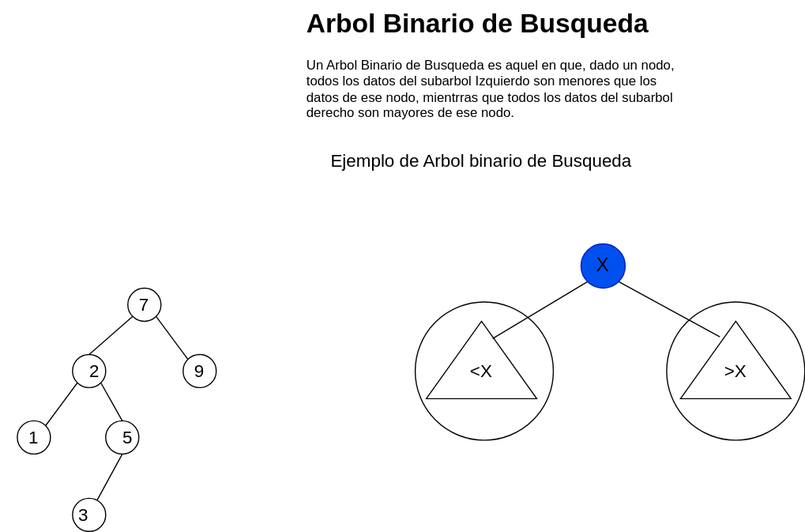
The draw.io diagram Estructura-de-datos/Arboles/Arbol-binario-busqueda.drawio.svg in Nordcode-cyber/Algoritmos-Estructdatos, before a commit. Source tidied: cells renumbered, new cells last; positions are measured from the earlier drawing's top-left corner, leaving out a move shared by most shapes.
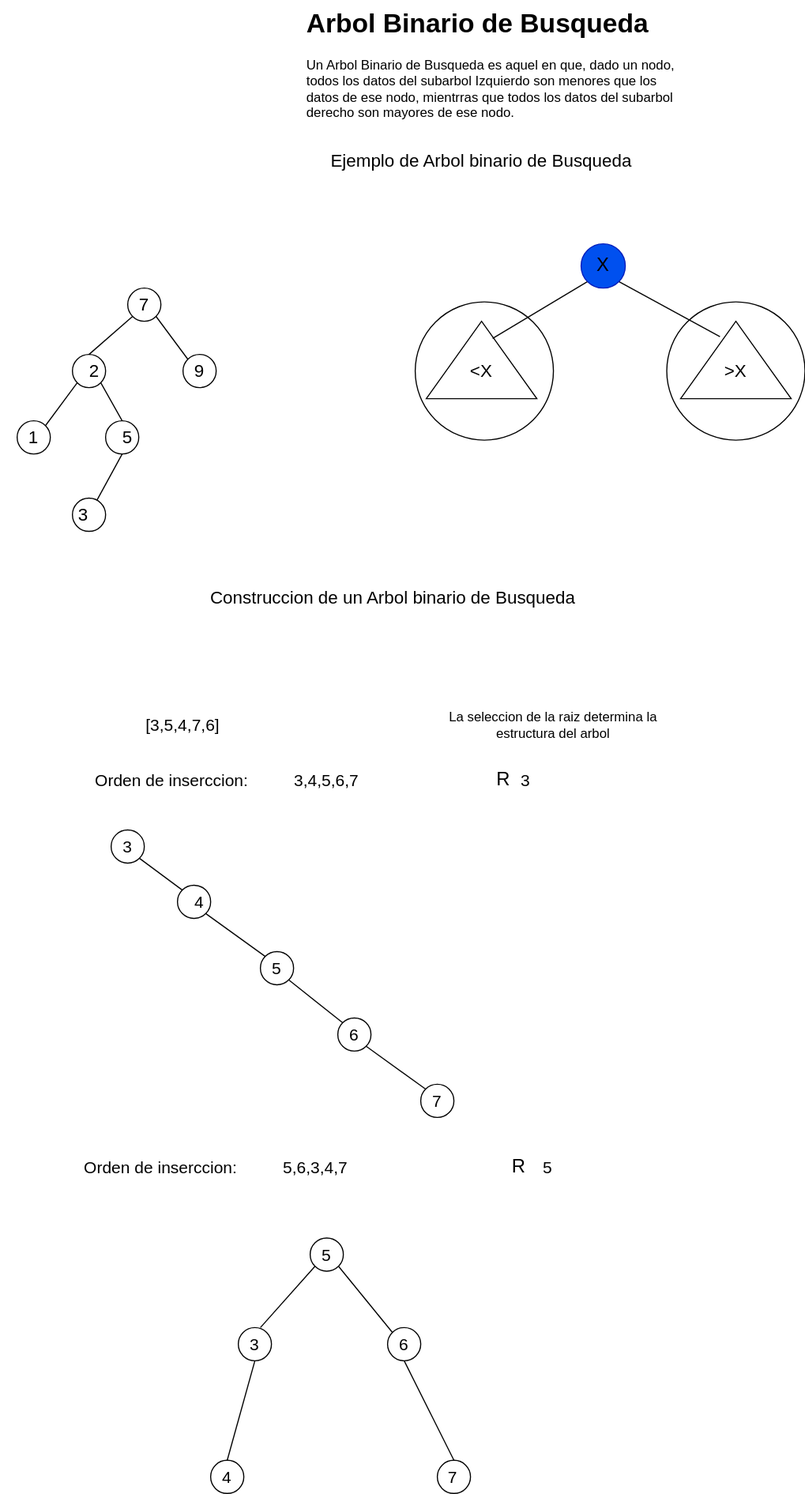
The same file after the commit.

What changed in the source:
```diff
@@ -89,5 +89,124 @@
     <mxCell id="30" value="&lt;font style=&quot;font-size: 16px; color: light-dark(rgb(0, 0, 0), rgb(255, 0, 0));&quot;&gt;3&lt;/font&gt;" style="text;html=1;align=center;verticalAlign=middle;whiteSpace=wrap;rounded=0;" parent="1" vertex="1">
       <mxGeometry x="45" y="450" width="60" height="30" as="geometry" />
     </mxCell>
+    <mxCell id="31" value="&lt;font style=&quot;color: light-dark(rgb(0, 0, 0), rgb(255, 0, 0)); font-size: 16px;&quot;&gt;Construccion de un Arbol binario de Busqueda&lt;/font&gt;" style="text;html=1;align=center;verticalAlign=middle;whiteSpace=wrap;rounded=0;" parent="1" vertex="1">
+      <mxGeometry x="175" y="520" width="360" height="40" as="geometry" />
+    </mxCell>
+    <mxCell id="32" value="&lt;font style=&quot;font-size: 15px; color: light-dark(rgb(0, 0, 0), rgb(0, 255, 128));&quot;&gt;[3,5,4,7,6]&lt;/font&gt;" style="text;html=1;align=center;verticalAlign=middle;whiteSpace=wrap;rounded=0;" parent="1" vertex="1">
+      <mxGeometry x="135" y="640" width="60" height="30" as="geometry" />
+    </mxCell>
+    <mxCell id="33" value="&lt;font style=&quot;color: light-dark(rgb(0, 0, 0), rgb(0, 255, 128));&quot;&gt;La seleccion de la raiz determina la estructura del arbol&lt;/font&gt;" style="text;html=1;align=center;verticalAlign=middle;whiteSpace=wrap;rounded=0;" parent="1" vertex="1">
+      <mxGeometry x="395" y="620" width="210" height="70" as="geometry" />
+    </mxCell>
+    <mxCell id="34" value="&lt;font style=&quot;color: light-dark(rgb(0, 0, 0), rgb(0, 255, 128)); font-size: 15px;&quot;&gt;Orden de inserccion:&lt;/font&gt;" style="text;html=1;align=center;verticalAlign=middle;whiteSpace=wrap;rounded=0;" parent="1" vertex="1">
+      <mxGeometry x="65" y="690" width="180" height="30" as="geometry" />
+    </mxCell>
+    <mxCell id="35" value="&lt;font style=&quot;font-size: 15px; color: light-dark(rgb(0, 0, 0), rgb(0, 255, 128));&quot;&gt;3,4,5,6,7&lt;/font&gt;" style="text;html=1;align=center;verticalAlign=middle;whiteSpace=wrap;rounded=0;" parent="1" vertex="1">
+      <mxGeometry x="265" y="690" width="60" height="30" as="geometry" />
+    </mxCell>
+    <mxCell id="36" value="&lt;font style=&quot;color: light-dark(rgb(0, 0, 0), rgb(255, 0, 0)); font-size: 17px;&quot;&gt;R&lt;/font&gt;" style="text;html=1;align=center;verticalAlign=middle;whiteSpace=wrap;rounded=0;" parent="1" vertex="1">
+      <mxGeometry x="425" y="690" width="60" height="30" as="geometry" />
+    </mxCell>
+    <mxCell id="37" value="&lt;font style=&quot;font-size: 15px; color: light-dark(rgb(0, 0, 0), rgb(0, 255, 128));&quot;&gt;3&lt;/font&gt;" style="text;html=1;align=center;verticalAlign=middle;whiteSpace=wrap;rounded=0;" parent="1" vertex="1">
+      <mxGeometry x="445" y="690" width="60" height="30" as="geometry" />
+    </mxCell>
+    <mxCell id="38" style="ellipse;whiteSpace=wrap;html=1;fillColor=none;" parent="1" vertex="1">
+      <mxGeometry x="100" y="750" width="30" height="30" as="geometry" />
+    </mxCell>
+    <mxCell id="39" style="ellipse;whiteSpace=wrap;html=1;fillColor=none;" parent="1" vertex="1">
+      <mxGeometry x="160" y="800" width="30" height="30" as="geometry" />
+    </mxCell>
+    <mxCell id="40" style="ellipse;whiteSpace=wrap;html=1;fillColor=none;" parent="1" vertex="1">
+      <mxGeometry x="235" y="860" width="30" height="30" as="geometry" />
+    </mxCell>
+    <mxCell id="41" style="ellipse;whiteSpace=wrap;html=1;fillColor=none;" parent="1" vertex="1">
+      <mxGeometry x="305" y="920" width="30" height="30" as="geometry" />
+    </mxCell>
+    <mxCell id="42" style="ellipse;whiteSpace=wrap;html=1;fillColor=none;" parent="1" vertex="1">
+      <mxGeometry x="380" y="980" width="30" height="30" as="geometry" />
+    </mxCell>
+    <mxCell id="43" value="&lt;font style=&quot;font-size: 15px; color: light-dark(rgb(0, 0, 0), rgb(0, 255, 128));&quot;&gt;3&lt;/font&gt;" style="text;html=1;align=center;verticalAlign=middle;whiteSpace=wrap;rounded=0;" parent="1" vertex="1">
+      <mxGeometry x="85" y="750" width="60" height="30" as="geometry" />
+    </mxCell>
+    <mxCell id="44" value="&lt;font style=&quot;font-size: 15px; color: light-dark(rgb(0, 0, 0), rgb(0, 255, 128));&quot;&gt;4&lt;/font&gt;" style="text;html=1;align=center;verticalAlign=middle;whiteSpace=wrap;rounded=0;" parent="1" vertex="1">
+      <mxGeometry x="150" y="800" width="60" height="30" as="geometry" />
+    </mxCell>
+    <mxCell id="45" value="&lt;font style=&quot;font-size: 15px; color: light-dark(rgb(0, 0, 0), rgb(0, 255, 128));&quot;&gt;5&lt;/font&gt;" style="text;html=1;align=center;verticalAlign=middle;whiteSpace=wrap;rounded=0;" parent="1" vertex="1">
+      <mxGeometry x="220" y="860" width="60" height="30" as="geometry" />
+    </mxCell>
+    <mxCell id="46" value="&lt;font style=&quot;font-size: 15px; color: light-dark(rgb(0, 0, 0), rgb(0, 255, 128));&quot;&gt;6&lt;/font&gt;" style="text;html=1;align=center;verticalAlign=middle;whiteSpace=wrap;rounded=0;" parent="1" vertex="1">
+      <mxGeometry x="290" y="920" width="60" height="30" as="geometry" />
+    </mxCell>
+    <mxCell id="47" value="&lt;font style=&quot;font-size: 15px; color: light-dark(rgb(0, 0, 0), rgb(0, 255, 128));&quot;&gt;7&lt;/font&gt;" style="text;html=1;align=center;verticalAlign=middle;whiteSpace=wrap;rounded=0;" parent="1" vertex="1">
+      <mxGeometry x="365" y="980" width="60" height="30" as="geometry" />
+    </mxCell>
+    <mxCell id="48" style="endArrow=none;html=1;entryX=1;entryY=1;entryDx=0;entryDy=0;exitX=0;exitY=0;exitDx=0;exitDy=0;" parent="1" edge="1" source="39" target="38">
+      <mxGeometry relative="1" as="geometry" />
+    </mxCell>
+    <mxCell id="49" style="endArrow=none;html=1;entryX=1;entryY=1;entryDx=0;entryDy=0;exitX=0;exitY=0;exitDx=0;exitDy=0;" parent="1" edge="1" source="40" target="39">
+      <mxGeometry relative="1" as="geometry" />
+    </mxCell>
+    <mxCell id="50" style="endArrow=none;html=1;exitX=0;exitY=0;exitDx=0;exitDy=0;entryX=1;entryY=1;entryDx=0;entryDy=0;" parent="1" edge="1" source="41" target="40">
+      <mxGeometry relative="1" as="geometry" />
+    </mxCell>
+    <mxCell id="51" style="endArrow=none;html=1;exitX=0;exitY=0;exitDx=0;exitDy=0;entryX=1;entryY=1;entryDx=0;entryDy=0;" parent="1" edge="1" source="42" target="41">
+      <mxGeometry relative="1" as="geometry" />
+    </mxCell>
+    <mxCell id="52" value="&lt;font style=&quot;color: light-dark(rgb(0, 0, 0), rgb(0, 255, 128)); font-size: 15px;&quot;&gt;Orden de inserccion:&lt;/font&gt;" style="text;html=1;align=center;verticalAlign=middle;whiteSpace=wrap;rounded=0;" parent="1" vertex="1">
+      <mxGeometry x="55" y="1040" width="180" height="30" as="geometry" />
+    </mxCell>
+    <mxCell id="53" value="&lt;font style=&quot;font-size: 15px; color: light-dark(rgb(0, 0, 0), rgb(0, 255, 128));&quot;&gt;5,6,3,4,7&lt;/font&gt;" style="text;html=1;align=center;verticalAlign=middle;whiteSpace=wrap;rounded=0;" parent="1" vertex="1">
+      <mxGeometry x="255" y="1040" width="60" height="30" as="geometry" />
+    </mxCell>
+    <mxCell id="54" value="&lt;font style=&quot;font-size: 15px; color: light-dark(rgb(0, 0, 0), rgb(0, 255, 128));&quot;&gt;5&lt;/font&gt;" style="text;html=1;align=center;verticalAlign=middle;whiteSpace=wrap;rounded=0;" parent="1" vertex="1">
+      <mxGeometry x="465" y="1040" width="60" height="30" as="geometry" />
+    </mxCell>
+    <mxCell id="55" value="&lt;font style=&quot;color: light-dark(rgb(0, 0, 0), rgb(255, 0, 0)); font-size: 17px;&quot;&gt;R&lt;/font&gt;" style="text;html=1;align=center;verticalAlign=middle;whiteSpace=wrap;rounded=0;" parent="1" vertex="1">
+      <mxGeometry x="439" y="1040" width="60" height="30" as="geometry" />
+    </mxCell>
+    <mxCell id="56" style="ellipse;whiteSpace=wrap;html=1;fillColor=none;" parent="1" vertex="1">
+      <mxGeometry x="280" y="1119" width="30" height="30" as="geometry" />
+    </mxCell>
+    <mxCell id="57" style="ellipse;whiteSpace=wrap;html=1;fillColor=none;" parent="1" vertex="1">
+      <mxGeometry x="215" y="1200" width="30" height="30" as="geometry" />
+    </mxCell>
+    <mxCell id="58" style="ellipse;whiteSpace=wrap;html=1;fillColor=none;" parent="1" vertex="1">
+      <mxGeometry x="350" y="1200" width="30" height="30" as="geometry" />
+    </mxCell>
+    <mxCell id="59" style="ellipse;whiteSpace=wrap;html=1;fillColor=none;" parent="1" vertex="1">
+      <mxGeometry x="190" y="1320" width="30" height="30" as="geometry" />
+    </mxCell>
+    <mxCell id="60" style="ellipse;whiteSpace=wrap;html=1;fillColor=none;" parent="1" vertex="1">
+      <mxGeometry x="395" y="1320" width="30" height="30" as="geometry" />
+    </mxCell>
+    <mxCell id="61" style="endArrow=none;html=1;entryX=0;entryY=1;entryDx=0;entryDy=0;" parent="1" edge="1" target="56">
+      <mxGeometry relative="1" as="geometry">
+        <mxPoint x="235" y="1200" as="sourcePoint" />
+      </mxGeometry>
+    </mxCell>
+    <mxCell id="62" style="endArrow=none;html=1;entryX=1;entryY=1;entryDx=0;entryDy=0;exitX=0;exitY=0;exitDx=0;exitDy=0;" parent="1" edge="1" source="58" target="56">
+      <mxGeometry relative="1" as="geometry" />
+    </mxCell>
+    <mxCell id="63" style="endArrow=none;html=1;exitX=0.5;exitY=0;exitDx=0;exitDy=0;entryX=0.5;entryY=1;entryDx=0;entryDy=0;" parent="1" edge="1" source="60" target="58">
+      <mxGeometry relative="1" as="geometry" />
+    </mxCell>
+    <mxCell id="64" style="endArrow=none;html=1;entryX=0.5;entryY=1;entryDx=0;entryDy=0;exitX=0.5;exitY=0;exitDx=0;exitDy=0;" parent="1" edge="1" source="59" target="57">
+      <mxGeometry relative="1" as="geometry" />
+    </mxCell>
+    <mxCell id="65" value="&lt;font style=&quot;font-size: 15px; color: light-dark(rgb(0, 0, 0), rgb(0, 255, 128));&quot;&gt;5&lt;/font&gt;" style="text;html=1;align=center;verticalAlign=middle;whiteSpace=wrap;rounded=0;" parent="1" vertex="1">
+      <mxGeometry x="265" y="1119" width="60" height="30" as="geometry" />
+    </mxCell>
+    <mxCell id="66" value="&lt;font style=&quot;font-size: 15px; color: light-dark(rgb(0, 0, 0), rgb(0, 255, 128));&quot;&gt;3&lt;/font&gt;" style="text;html=1;align=center;verticalAlign=middle;whiteSpace=wrap;rounded=0;" parent="1" vertex="1">
+      <mxGeometry x="200" y="1200" width="60" height="30" as="geometry" />
+    </mxCell>
+    <mxCell id="67" value="&lt;font style=&quot;font-size: 15px; color: light-dark(rgb(0, 0, 0), rgb(0, 255, 128));&quot;&gt;6&lt;/font&gt;" style="text;html=1;align=center;verticalAlign=middle;whiteSpace=wrap;rounded=0;" parent="1" vertex="1">
+      <mxGeometry x="335" y="1200" width="60" height="30" as="geometry" />
+    </mxCell>
+    <mxCell id="68" value="&lt;font style=&quot;font-size: 15px; color: light-dark(rgb(0, 0, 0), rgb(0, 255, 128));&quot;&gt;4&lt;/font&gt;" style="text;html=1;align=center;verticalAlign=middle;whiteSpace=wrap;rounded=0;" parent="1" vertex="1">
+      <mxGeometry x="175" y="1320" width="60" height="30" as="geometry" />
+    </mxCell>
+    <mxCell id="69" value="&lt;font style=&quot;font-size: 15px; color: light-dark(rgb(0, 0, 0), rgb(0, 255, 128));&quot;&gt;7&lt;/font&gt;" style="text;html=1;align=center;verticalAlign=middle;whiteSpace=wrap;rounded=0;" parent="1" vertex="1">
+      <mxGeometry x="379" y="1320" width="60" height="30" as="geometry" />
+    </mxCell>
   </root>
 </mxGraphModel>
```
